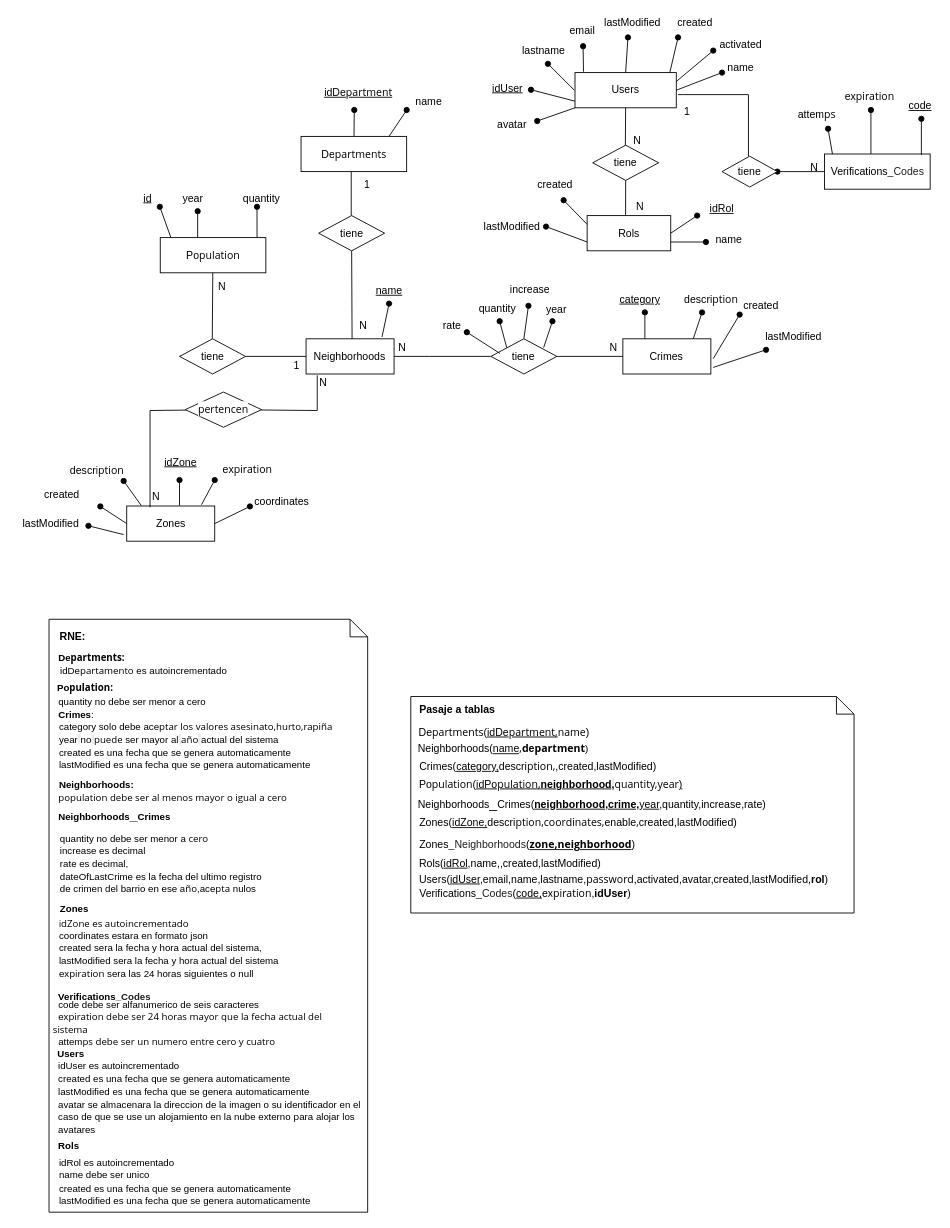
Earlier version of the draw.io diagram CityRisksMapsDER.drawio (Agustin15/CityRisksMaps). Source tidied: cells renumbered, new cells numbered last; positions are measured from the earlier drawing's top-left corner, leaving out a move shared by most shapes. Both pictures are drawn from the tidied source at 88%, with x=0, y=0 at pixel (14, 15).
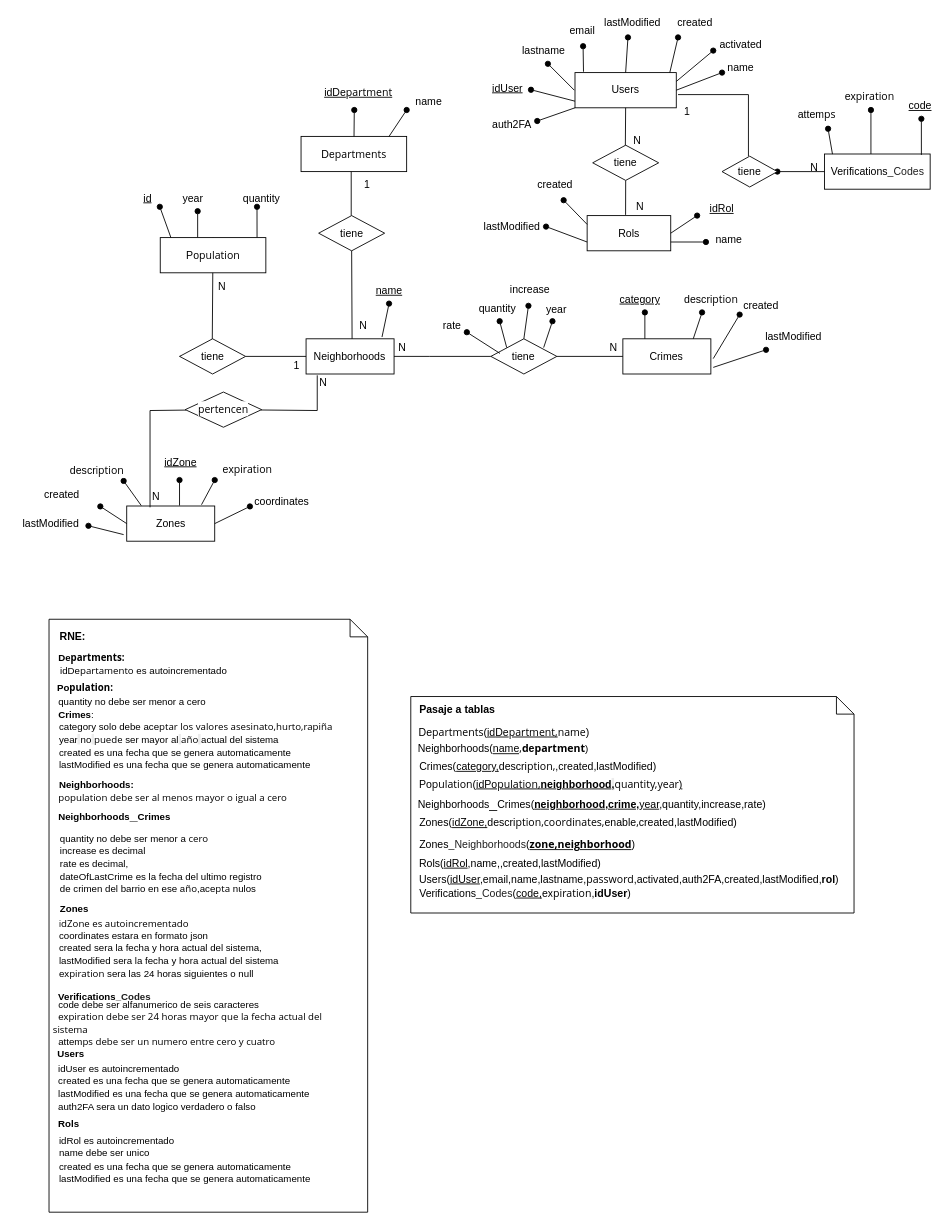
Above is the later version.

Diff of the diagram source:
```diff
@@
-    <mxCell id="98" value="&lt;div style=&quot;text-align: center;&quot;&gt;Users(&lt;u&gt;idUser&lt;/u&gt;,email,name,lastname,&lt;span style=&quot;background-color: rgb(255, 255, 255); font-family: &amp;quot;Open Sans&amp;quot;, Arial, Helvetica, sans-serif; color: light-dark(rgb(0, 0, 0), rgb(255, 255, 255)); text-align: left;&quot;&gt;password&lt;/span&gt;&lt;span style=&quot;background-color: transparent; color: light-dark(rgb(0, 0, 0), rgb(255, 255, 255));&quot;&gt;,activated,avatar,created,lastModified,&lt;/span&gt;&lt;b style=&quot;background-color: transparent; color: light-dark(rgb(0, 0, 0), rgb(255, 255, 255));&quot;&gt;rol&lt;/b&gt;&lt;span style=&quot;background-color: transparent; color: light-dark(rgb(0, 0, 0), rgb(255, 255, 255));&quot;&gt;)&lt;/span&gt;&lt;/div&gt;" style="text;html=1;align=left;verticalAlign=middle;whiteSpace=wrap;rounded=0;" parent="1" vertex="1">
-      <mxGeometry x="457.8" y="973.9" width="436.2" height="16.1" as="geometry" />
+    <mxCell id="98" value="&lt;div style=&quot;text-align: center;&quot;&gt;Users(&lt;u&gt;idUser&lt;/u&gt;,email,name,lastname,&lt;span style=&quot;background-color: rgb(255, 255, 255); font-family: &amp;quot;Open Sans&amp;quot;, Arial, Helvetica, sans-serif; color: light-dark(rgb(0, 0, 0), rgb(255, 255, 255)); text-align: left;&quot;&gt;password&lt;/span&gt;&lt;span style=&quot;background-color: transparent; color: light-dark(rgb(0, 0, 0), rgb(255, 255, 255));&quot;&gt;,activated,auth2FA,created,lastModified,&lt;/span&gt;&lt;b style=&quot;background-color: transparent; color: light-dark(rgb(0, 0, 0), rgb(255, 255, 255));&quot;&gt;rol&lt;/b&gt;&lt;span style=&quot;background-color: transparent; color: light-dark(rgb(0, 0, 0), rgb(255, 255, 255));&quot;&gt;)&lt;/span&gt;&lt;/div&gt;" style="text;html=1;align=left;verticalAlign=middle;whiteSpace=wrap;rounded=0;" parent="1" vertex="1">
+      <mxGeometry x="457.8" y="973.9" width="476.2" height="16.1" as="geometry" />
     </mxCell>
     <mxCell id="99" value="&lt;div style=&quot;text-align: center;&quot;&gt;&lt;span style=&quot;font-size: 11px;&quot;&gt;&lt;b&gt;Rols&lt;/b&gt;&lt;/span&gt;&lt;/div&gt;" style="text;html=1;align=left;verticalAlign=middle;whiteSpace=wrap;rounded=0;" parent="1" vertex="1">
-      <mxGeometry x="47.7" y="1275.2" width="150.5" height="20" as="geometry" />
+      <mxGeometry x="47.7" y="1250" width="150.5" height="20" as="geometry" />
     </mxCell>
     <mxCell id="100" value="&lt;span style=&quot;font-size: 11px;&quot;&gt;idRol es autoincrementado&lt;/span&gt;&lt;div&gt;&lt;span style=&quot;font-size: 11px;&quot;&gt;name debe ser unico&lt;/span&gt;&lt;span style=&quot;font-size: 11px;&quot;&gt;&lt;/span&gt;&lt;/div&gt;&lt;div&gt;&lt;div&gt;&lt;span style=&quot;font-size: 11px;&quot;&gt;created es una fecha que se genera automaticamente&lt;/span&gt;&lt;span style=&quot;font-size: 11px;&quot;&gt;&lt;/span&gt;&lt;/div&gt;&lt;div&gt;&lt;span style=&quot;font-size: 11px;&quot;&gt;lastModified es una fecha que se genera automaticamente&lt;/span&gt;&lt;/div&gt;&lt;/div&gt;" style="text;html=1;align=left;verticalAlign=middle;whiteSpace=wrap;rounded=0;" parent="1" vertex="1">
-      <mxGeometry x="48.5" y="1295.2" width="346.4" height="60" as="geometry" />
+      <mxGeometry x="48.5" y="1270" width="346.4" height="60" as="geometry" />
     </mxCell>
@@
-    <mxCell id="105" value="&lt;span style=&quot;font-size: 11px;&quot;&gt;idUser es autoincrementado&lt;/span&gt;&lt;div&gt;&lt;span style=&quot;font-size: 11px;&quot;&gt;created es una fecha que se genera automaticamente&lt;/span&gt;&lt;span style=&quot;font-size: 11px;&quot;&gt;&lt;/span&gt;&lt;/div&gt;&lt;div&gt;&lt;span style=&quot;font-size: 11px;&quot;&gt;lastModified es una fecha que se genera automaticamente&lt;/span&gt;&lt;span style=&quot;font-size: 11px;&quot;&gt;&lt;/span&gt;&lt;/div&gt;&lt;div&gt;&lt;span style=&quot;font-size: 11px;&quot;&gt;avatar se almacenara la direccion de la imagen o su identificador en el caso de que se use un alojamiento en la nube externo&amp;nbsp;&lt;/span&gt;&lt;span style=&quot;background-color: rgb(255, 255, 255); font-family: &amp;quot;Open Sans&amp;quot;, Arial, Helvetica, sans-serif; color: light-dark(rgb(0, 0, 0), rgb(255, 255, 255));&quot;&gt;&lt;font style=&quot;font-size: 11px;&quot;&gt;p&lt;/font&gt;&lt;/span&gt;&lt;span style=&quot;font-size: 11px; background-color: transparent; color: light-dark(rgb(0, 0, 0), rgb(255, 255, 255));&quot;&gt;ara alojar los avatares&amp;nbsp;&lt;/span&gt;&lt;/div&gt;" style="text;html=1;align=left;verticalAlign=middle;whiteSpace=wrap;rounded=0;" parent="1" vertex="1">
-      <mxGeometry x="47.7" y="1185.2" width="347.4" height="90" as="geometry" />
+    <mxCell id="105" value="&lt;span style=&quot;font-size: 11px;&quot;&gt;idUser es autoincrementado&lt;/span&gt;&lt;div&gt;&lt;span style=&quot;font-size: 11px;&quot;&gt;created es una fecha que se genera automaticamente&lt;/span&gt;&lt;span style=&quot;font-size: 11px;&quot;&gt;&lt;/span&gt;&lt;/div&gt;&lt;div&gt;&lt;span style=&quot;font-size: 11px;&quot;&gt;lastModified es una fecha que se genera automaticamente&lt;/span&gt;&lt;span style=&quot;font-size: 11px;&quot;&gt;&lt;/span&gt;&lt;/div&gt;&lt;div&gt;&lt;span style=&quot;font-size: 11px;&quot;&gt;auth2FA sera un dato logico verdadero o falso&amp;nbsp;&lt;/span&gt;&lt;/div&gt;" style="text;html=1;align=left;verticalAlign=middle;whiteSpace=wrap;rounded=0;" parent="1" vertex="1">
+      <mxGeometry x="47.7" y="1185.2" width="347.4" height="64.8" as="geometry" />
     </mxCell>
@@
-    <mxCell id="147" value="avatar" style="text;html=1;align=center;verticalAlign=middle;whiteSpace=wrap;rounded=0;" parent="1" vertex="1">
+    <mxCell id="147" value="auth2FA" style="text;html=1;align=center;verticalAlign=middle;whiteSpace=wrap;rounded=0;" parent="1" vertex="1">
       <mxGeometry x="552.1" y="117.5" width="27" height="15" as="geometry" />
     </mxCell>
```
